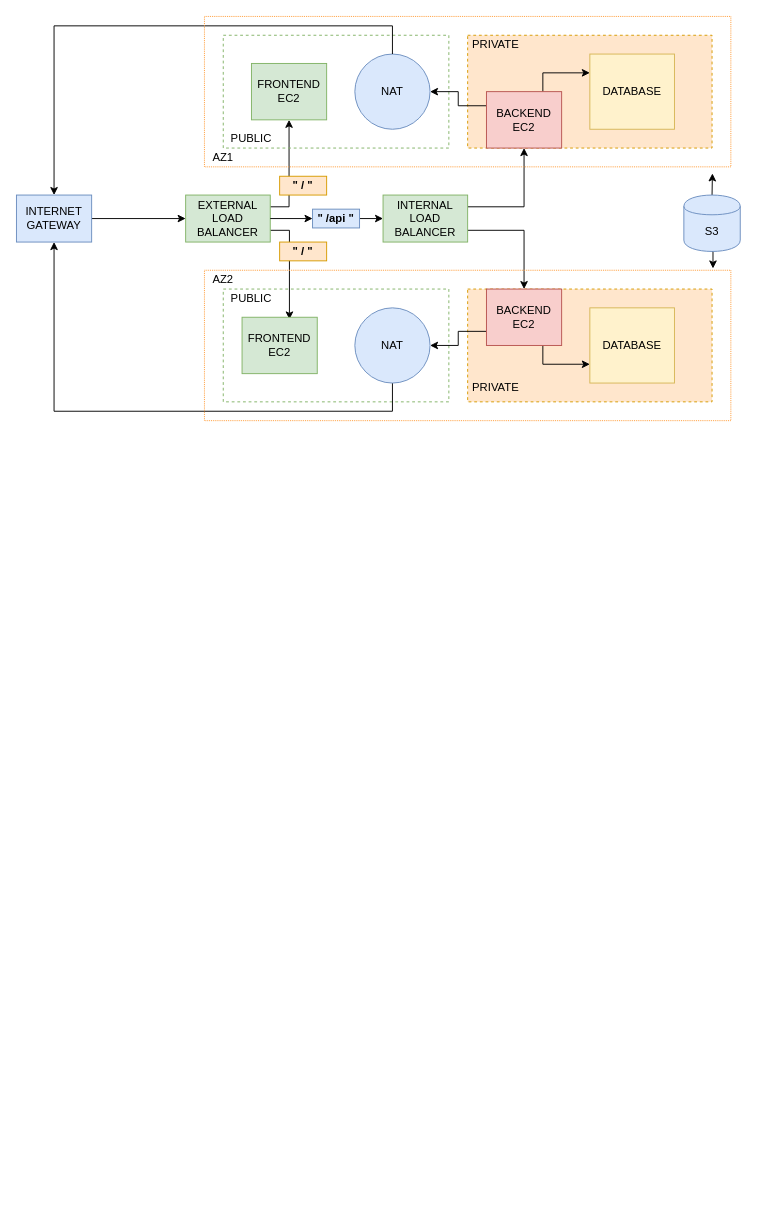
This is SymtrainArchitecture2.drawio from kajol-tiwari/SymtrainArchitecture, a draw.io file, before an edit. Source tidied: cells renumbered, new cells numbered last; positions are measured from the earlier drawing's top-left corner, leaving out a move shared by most shapes. Both pictures are drawn from the tidied source at 94%, with x=0, y=0 at pixel (16, 16).
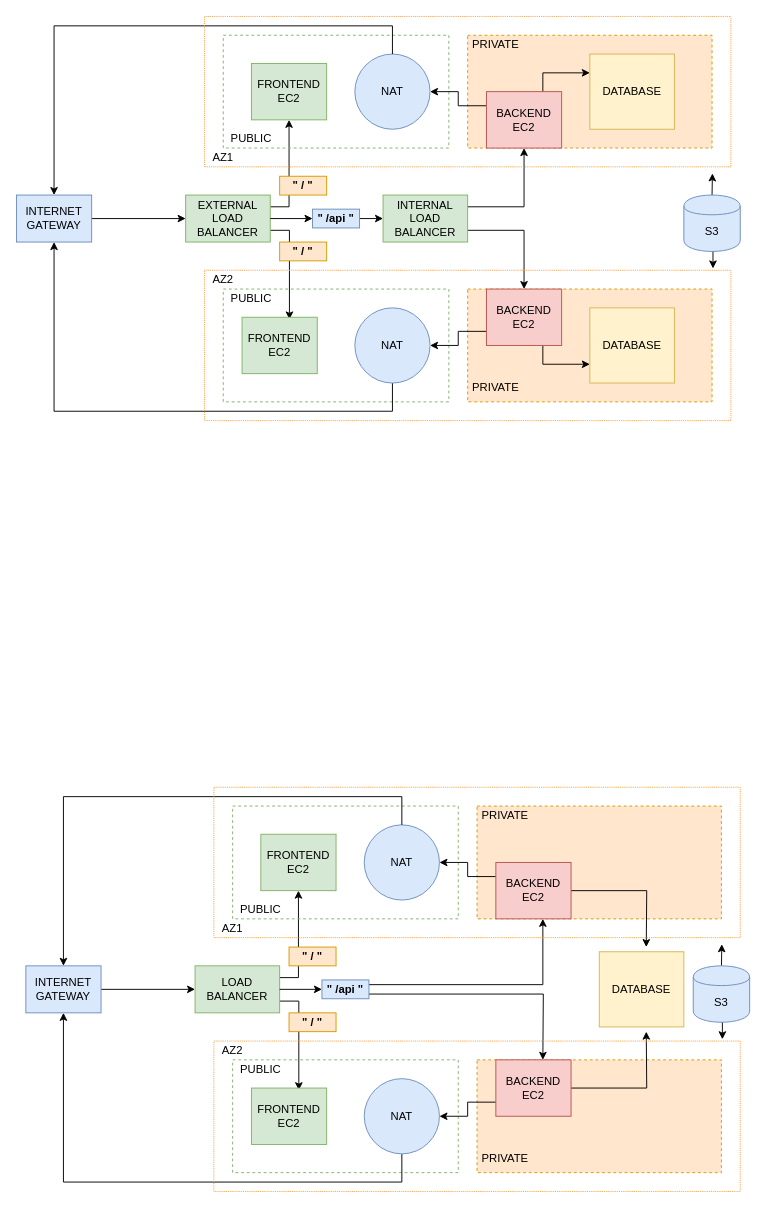
The same page after the edit.

Change to the diagram source:
```diff
@@
+    <mxCell id="44" style="edgeStyle=orthogonalEdgeStyle;rounded=0;jettySize=auto;html=1;exitX=1;exitY=0.5;exitDx=0;exitDy=0;entryX=0;entryY=0.5;entryDx=0;entryDy=0;" parent="1" edge="1" source="45" target="48">
+      <mxGeometry relative="1" as="geometry" />
+    </mxCell>
+    <mxCell id="45" value="INTERNET GATEWAY" style="rounded=0;whiteSpace=wrap;html=1;fillColor=#dae8fc;strokeColor=#6c8ebf;" parent="1" vertex="1">
+      <mxGeometry x="10" y="1010" width="80" height="50" as="geometry" />
+    </mxCell>
+    <mxCell id="46" style="edgeStyle=orthogonalEdgeStyle;rounded=0;jettySize=auto;html=1;exitX=1;exitY=0.25;exitDx=0;exitDy=0;entryX=0.5;entryY=1;entryDx=0;entryDy=0;" parent="1" edge="1" source="48" target="52">
+      <mxGeometry relative="1" as="geometry" />
+    </mxCell>
+    <mxCell id="47" style="edgeStyle=orthogonalEdgeStyle;rounded=0;jettySize=auto;html=1;exitX=1;exitY=0.75;exitDx=0;exitDy=0;entryX=0.63;entryY=0.039;entryDx=0;entryDy=0;entryPerimeter=0;" parent="1" edge="1" source="48" target="53">
+      <mxGeometry relative="1" as="geometry" />
+    </mxCell>
+    <mxCell id="48" value="LOAD BALANCER" style="rounded=0;whiteSpace=wrap;html=1;fillColor=#d5e8d4;strokeColor=#82b366;" parent="1" vertex="1">
+      <mxGeometry x="190" y="1010" width="90" height="50" as="geometry" />
+    </mxCell>
+    <mxCell id="49" style="rounded=0;whiteSpace=wrap;html=1;dashed=1;fillColor=none;strokeColor=#82b366;" parent="1" vertex="1">
+      <mxGeometry x="230" y="840" width="240" height="120" as="geometry" />
+    </mxCell>
+    <mxCell id="50" style="rounded=0;whiteSpace=wrap;html=1;dashed=1;fillColor=none;strokeColor=#82b366;" parent="1" vertex="1">
+      <mxGeometry x="230" y="1110" width="240" height="120" as="geometry" />
+    </mxCell>
+    <mxCell id="51" style="rounded=0;whiteSpace=wrap;html=1;dashed=1;fillColor=#ffe6cc;strokeColor=#d79b00;" parent="1" vertex="1">
+      <mxGeometry x="490" y="840" width="260" height="120" as="geometry" />
+    </mxCell>
+    <mxCell id="52" value="FRONTEND EC2" style="rounded=0;whiteSpace=wrap;html=1;fillColor=#d5e8d4;strokeColor=#82b366;" parent="1" vertex="1">
+      <mxGeometry x="260" y="870" width="80" height="60" as="geometry" />
+    </mxCell>
+    <mxCell id="53" value="FRONTEND EC2" style="rounded=0;whiteSpace=wrap;html=1;fillColor=#d5e8d4;strokeColor=#82b366;" parent="1" vertex="1">
+      <mxGeometry x="250" y="1140" width="80" height="60" as="geometry" />
+    </mxCell>
+    <mxCell id="54" value="NAT" style="ellipse;whiteSpace=wrap;html=1;fillColor=#dae8fc;strokeColor=#6c8ebf;" parent="1" vertex="1">
+      <mxGeometry x="370" y="860" width="80" height="80" as="geometry" />
+    </mxCell>
+    <mxCell id="55" style="edgeStyle=orthogonalEdgeStyle;rounded=0;jettySize=auto;html=1;exitX=0.5;exitY=1;exitDx=0;exitDy=0;entryX=0.5;entryY=1;entryDx=0;entryDy=0;" parent="1" edge="1" source="56" target="45">
+      <mxGeometry relative="1" as="geometry">
+        <Array as="points">
+          <mxPoint x="410" y="1240" />
+          <mxPoint x="50" y="1240" />
+        </Array>
+      </mxGeometry>
+    </mxCell>
+    <mxCell id="56" value="NAT" style="ellipse;whiteSpace=wrap;html=1;fillColor=#dae8fc;strokeColor=#6c8ebf;" parent="1" vertex="1">
+      <mxGeometry x="370" y="1130" width="80" height="80" as="geometry" />
+    </mxCell>
+    <mxCell id="57" value="PUBLIC" style="text;html=1;strokeColor=none;fillColor=none;align=center;verticalAlign=middle;whiteSpace=wrap;rounded=0;" parent="1" vertex="1">
+      <mxGeometry x="240" y="940" width="40" height="20" as="geometry" />
+    </mxCell>
+    <mxCell id="58" value="PUBLIC" style="text;html=1;strokeColor=none;fillColor=none;align=center;verticalAlign=middle;whiteSpace=wrap;rounded=0;" parent="1" vertex="1">
+      <mxGeometry x="240" y="1110" width="40" height="20" as="geometry" />
+    </mxCell>
+    <mxCell id="59" style="rounded=0;whiteSpace=wrap;html=1;dashed=1;fillColor=#ffe6cc;strokeColor=#d79b00;" parent="1" vertex="1">
+      <mxGeometry x="490" y="1110" width="260" height="120" as="geometry" />
+    </mxCell>
+    <mxCell id="60" style="edgeStyle=orthogonalEdgeStyle;rounded=0;jettySize=auto;html=1;exitX=0;exitY=0.25;exitDx=0;exitDy=0;entryX=1;entryY=0.5;entryDx=0;entryDy=0;" parent="1" edge="1" source="62" target="54">
+      <mxGeometry relative="1" as="geometry" />
+    </mxCell>
+    <mxCell id="61" style="edgeStyle=orthogonalEdgeStyle;rounded=0;jettySize=auto;html=1;exitX=1;exitY=0.5;exitDx=0;exitDy=0;" parent="1" edge="1" source="62">
+      <mxGeometry relative="1" as="geometry">
+        <mxPoint x="670" y="990" as="targetPoint" />
+      </mxGeometry>
+    </mxCell>
+    <mxCell id="62" value="BACKEND&lt;br&gt;EC2" style="rounded=0;whiteSpace=wrap;html=1;fillColor=#f8cecc;strokeColor=#b85450;" parent="1" vertex="1">
+      <mxGeometry x="510" y="900" width="80" height="60" as="geometry" />
+    </mxCell>
+    <mxCell id="63" style="edgeStyle=orthogonalEdgeStyle;rounded=0;jettySize=auto;html=1;exitX=0;exitY=0.75;exitDx=0;exitDy=0;entryX=1;entryY=0.5;entryDx=0;entryDy=0;" parent="1" edge="1" source="65" target="56">
+      <mxGeometry relative="1" as="geometry" />
+    </mxCell>
+    <mxCell id="64" style="edgeStyle=orthogonalEdgeStyle;rounded=0;jettySize=auto;html=1;exitX=1;exitY=0.5;exitDx=0;exitDy=0;" parent="1" edge="1" source="65">
+      <mxGeometry relative="1" as="geometry">
+        <mxPoint x="670" y="1080" as="targetPoint" />
+      </mxGeometry>
+    </mxCell>
+    <mxCell id="65" value="BACKEND&lt;br&gt;EC2" style="rounded=0;whiteSpace=wrap;html=1;fillColor=#f8cecc;strokeColor=#b85450;" parent="1" vertex="1">
+      <mxGeometry x="510" y="1110" width="80" height="60" as="geometry" />
+    </mxCell>
+    <mxCell id="66" value="PRIVATE" style="text;html=1;strokeColor=none;fillColor=none;align=center;verticalAlign=middle;whiteSpace=wrap;rounded=0;" parent="1" vertex="1">
+      <mxGeometry x="500" y="840" width="40" height="20" as="geometry" />
+    </mxCell>
+    <mxCell id="67" value="PRIVATE" style="text;html=1;strokeColor=none;fillColor=none;align=center;verticalAlign=middle;whiteSpace=wrap;rounded=0;" parent="1" vertex="1">
+      <mxGeometry x="500" y="1205" width="40" height="20" as="geometry" />
+    </mxCell>
+    <mxCell id="68" value="DATABASE" style="rounded=0;whiteSpace=wrap;html=1;fillColor=#fff2cc;strokeColor=#d6b656;" parent="1" vertex="1">
+      <mxGeometry x="620" y="995" width="90" height="80" as="geometry" />
+    </mxCell>
+    <mxCell id="69" style="edgeStyle=orthogonalEdgeStyle;rounded=0;jettySize=auto;html=1;exitX=0.5;exitY=0;exitDx=0;exitDy=0;entryX=0.965;entryY=1.044;entryDx=0;entryDy=0;entryPerimeter=0;" parent="1" edge="1" source="71">
+      <mxGeometry relative="1" as="geometry">
+        <mxPoint x="750.4" y="987" as="targetPoint" />
+      </mxGeometry>
+    </mxCell>
+    <mxCell id="70" style="edgeStyle=orthogonalEdgeStyle;rounded=0;jettySize=auto;html=1;exitX=0.5;exitY=1;exitDx=0;exitDy=0;entryX=0.966;entryY=-0.012;entryDx=0;entryDy=0;entryPerimeter=0;" parent="1" edge="1" source="71">
+      <mxGeometry relative="1" as="geometry">
+        <mxPoint x="751" y="1088.1" as="targetPoint" />
+      </mxGeometry>
+    </mxCell>
+    <mxCell id="71" value="S3" style="shape=cylinder;whiteSpace=wrap;html=1;boundedLbl=1;backgroundOutline=1;fillColor=#dae8fc;strokeColor=#6c8ebf;" parent="1" vertex="1">
+      <mxGeometry x="720" y="1010" width="60" height="60" as="geometry" />
+    </mxCell>
+    <mxCell id="72" value="AZ1" style="text;html=1;strokeColor=none;fillColor=none;align=center;verticalAlign=middle;whiteSpace=wrap;rounded=0;dashed=1;dashPattern=1 1;" parent="1" vertex="1">
+      <mxGeometry x="210" y="960" width="40" height="20" as="geometry" />
+    </mxCell>
+    <mxCell id="73" value="AZ2" style="text;html=1;strokeColor=none;fillColor=none;align=center;verticalAlign=middle;whiteSpace=wrap;rounded=0;dashed=1;dashPattern=1 1;" parent="1" vertex="1">
+      <mxGeometry x="210" y="1090" width="40" height="20" as="geometry" />
+    </mxCell>
+    <mxCell id="74" style="edgeStyle=orthogonalEdgeStyle;rounded=0;jettySize=auto;html=1;exitX=0.5;exitY=0;exitDx=0;exitDy=0;entryX=0.5;entryY=0;entryDx=0;entryDy=0;" parent="1" edge="1" source="54" target="45">
+      <mxGeometry relative="1" as="geometry">
+        <Array as="points">
+          <mxPoint x="410" y="830" />
+          <mxPoint x="50" y="830" />
+        </Array>
+      </mxGeometry>
+    </mxCell>
+    <mxCell id="75" value="&lt;b&gt;&quot; / &quot;&lt;/b&gt;" style="rounded=0;whiteSpace=wrap;html=1;fillColor=#ffe6cc;strokeColor=#d79b00;" parent="1" vertex="1">
+      <mxGeometry x="290" y="990" width="50" height="20" as="geometry" />
+    </mxCell>
+    <mxCell id="76" value="&lt;b&gt;&quot; / &quot;&lt;/b&gt;" style="rounded=0;whiteSpace=wrap;html=1;fillColor=#ffe6cc;strokeColor=#d79b00;" parent="1" vertex="1">
+      <mxGeometry x="290" y="1060" width="50" height="20" as="geometry" />
+    </mxCell>
+    <mxCell id="77" style="edgeStyle=orthogonalEdgeStyle;rounded=0;jettySize=auto;html=1;exitX=1;exitY=0.25;exitDx=0;exitDy=0;entryX=0.625;entryY=0.875;entryDx=0;entryDy=0;entryPerimeter=0;" parent="1" edge="1" source="79">
+      <mxGeometry relative="1" as="geometry">
+        <mxPoint x="560" y="960" as="targetPoint" />
+        <Array as="points">
+          <mxPoint x="560" y="1030" />
+        </Array>
+      </mxGeometry>
+    </mxCell>
+    <mxCell id="78" style="edgeStyle=orthogonalEdgeStyle;rounded=0;jettySize=auto;html=1;exitX=1;exitY=0.75;exitDx=0;exitDy=0;entryX=0.625;entryY=0.125;entryDx=0;entryDy=0;entryPerimeter=0;" parent="1" edge="1" source="79">
+      <mxGeometry relative="1" as="geometry">
+        <mxPoint x="560" y="1110" as="targetPoint" />
+      </mxGeometry>
+    </mxCell>
+    <mxCell id="79" value="&lt;b&gt;&quot; /api &quot;&lt;/b&gt;" style="rounded=0;whiteSpace=wrap;html=1;fillColor=#dae8fc;strokeColor=#6c8ebf;" parent="1" vertex="1">
+      <mxGeometry x="325" y="1025" width="50" height="20" as="geometry" />
+    </mxCell>
+    <mxCell id="80" style="edgeStyle=orthogonalEdgeStyle;rounded=0;jettySize=auto;html=1;exitX=1;exitY=0.5;exitDx=0;exitDy=0;entryX=0;entryY=0.5;entryDx=0;entryDy=0;" parent="1" edge="1" source="48" target="79">
+      <mxGeometry relative="1" as="geometry" />
+    </mxCell>
+    <mxCell id="81" style="rounded=0;whiteSpace=wrap;html=1;fillColor=none;dashed=1;dashPattern=1 1;strokeColor=#FF9933;" parent="1" vertex="1">
+      <mxGeometry x="210" y="820" width="560" height="160" as="geometry" />
+    </mxCell>
+    <mxCell id="82" style="rounded=0;whiteSpace=wrap;html=1;fillColor=none;dashed=1;dashPattern=1 1;strokeColor=#FF9933;" parent="1" vertex="1">
+      <mxGeometry x="210" y="1090" width="560" height="160" as="geometry" />
+    </mxCell>
```
